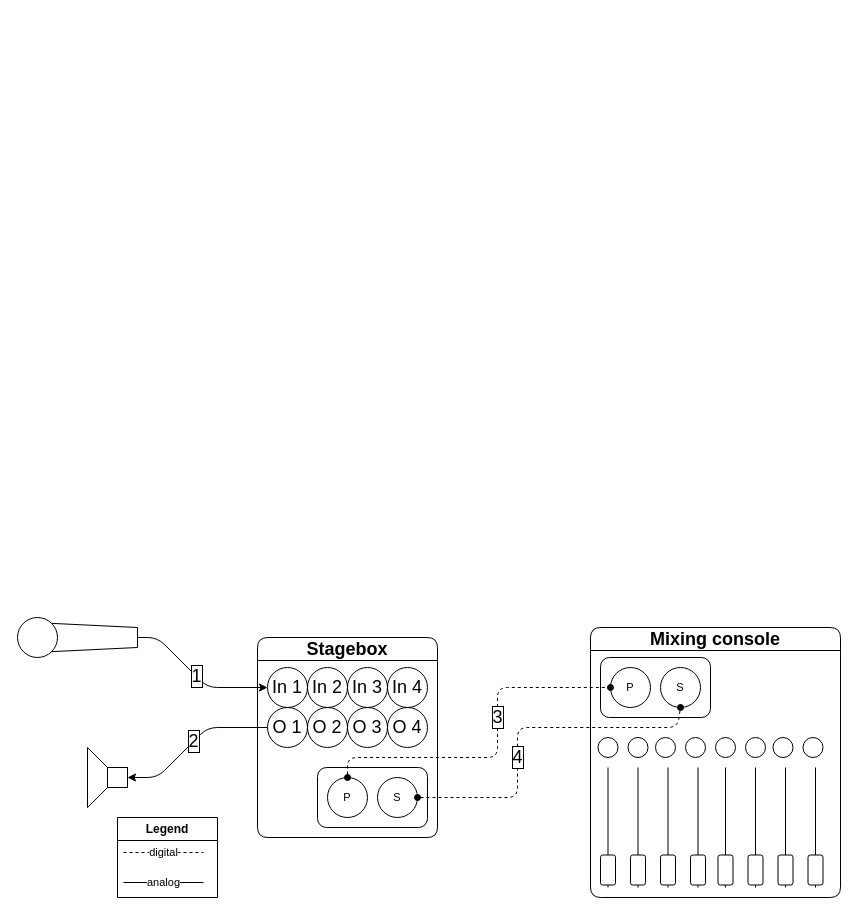
Above: static/images/audio-setup.drawio in avb-academy/avb_academy (draw.io), before the change. Source tidied: cells renumbered, new cells numbered last; positions are measured from the earlier drawing's top-left corner, leaving out a move shared by most shapes. Both pictures are drawn from the tidied source at 100%, with x=0, y=0 at pixel (17, 617).
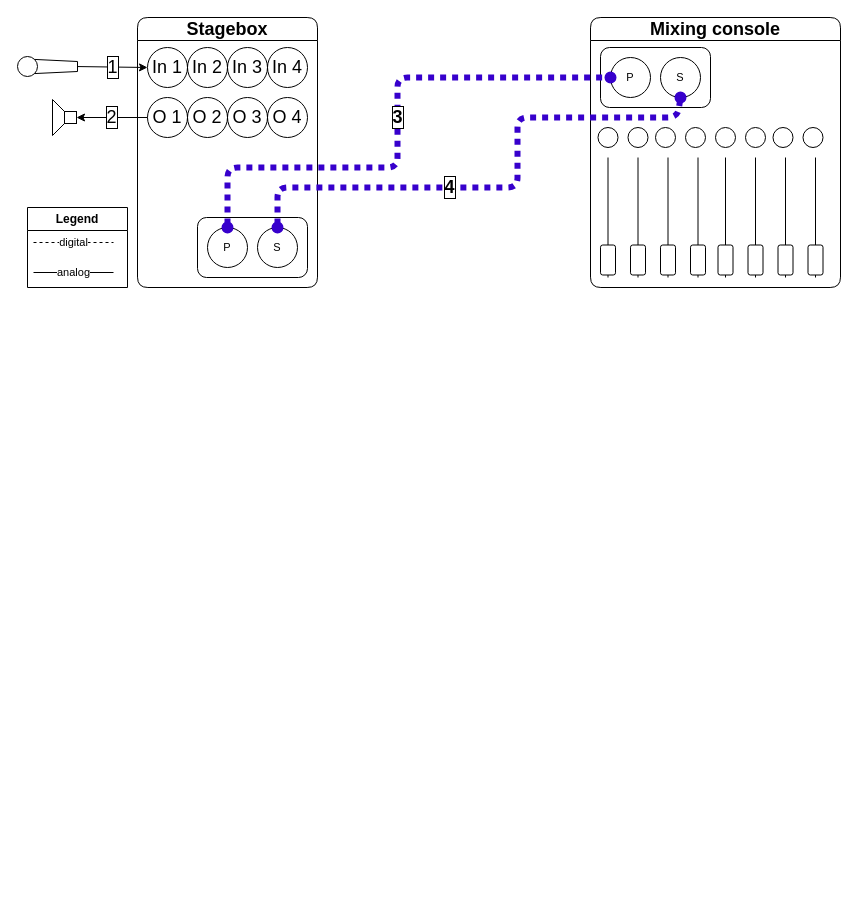
Above is the later version.

Commit message (it also covers changes not shown here):
Makes audio network more popular #35

The change refers to these unchanged cells:
```xml
<mxCell id="10" value="In 1" style="ellipse;whiteSpace=wrap;html=1;rounded=1;fontFamily=Helvetica;fontSize=18;fontColor=default;fillColor=none;" parent="9" vertex="1">
  <mxGeometry x="10" y="30" width="40" height="40" as="geometry" />
</mxCell>
<mxCell id="20" value="S" style="ellipse;whiteSpace=wrap;html=1;rounded=1;fontFamily=Helvetica;fontSize=11;fontColor=default;fillColor=none;" parent="18" vertex="1">
  <mxGeometry x="60" y="10" width="40" height="40" as="geometry" />
</mxCell>
<mxCell id="21" value="P" style="ellipse;whiteSpace=wrap;html=1;rounded=1;fontFamily=Helvetica;fontSize=11;fontColor=default;fillColor=none;" parent="18" vertex="1">
  <mxGeometry x="10" y="10" width="40" height="40" as="geometry" />
</mxCell>
<mxCell id="58" value="S" style="ellipse;whiteSpace=wrap;html=1;rounded=1;fontFamily=Helvetica;fontSize=11;fontColor=default;fillColor=none;" parent="56" vertex="1">
  <mxGeometry x="60" y="10" width="40" height="40" as="geometry" />
</mxCell>
<mxCell id="59" value="P" style="ellipse;whiteSpace=wrap;html=1;rounded=1;fontFamily=Helvetica;fontSize=11;fontColor=default;fillColor=none;" parent="56" vertex="1">
  <mxGeometry x="10" y="10" width="40" height="40" as="geometry" />
</mxCell>
```

The edit, as a diff of the source:
```diff
@@
     <mxCell id="2" style="group;" parent="1" vertex="1">
-      <mxGeometry width="120" height="40" as="geometry" />
+      <mxGeometry y="-561" width="60" height="20" as="geometry" />
     </mxCell>
     <mxCell id="3" style="ellipse;whiteSpace=wrap;html=1;rounded=1;fontFamily=Helvetica;fontSize=18;fontColor=default;fillColor=none;" parent="2" vertex="1">
-      <mxGeometry width="40" height="40" as="geometry" />
+      <mxGeometry width="20" height="20" as="geometry" />
     </mxCell>
     <mxCell id="4" style="endArrow=none;html=1;rounded=0;labelBackgroundColor=default;strokeColor=default;fontFamily=Helvetica;fontSize=18;fontColor=default;shape=connector;exitX=1;exitY=1;exitDx=0;exitDy=0;" parent="2" edge="1" source="3">
       <mxGeometry relative="1" as="geometry">
-        <mxPoint x="120" y="30" as="targetPoint" />
+        <mxPoint x="60" y="15" as="targetPoint" />
       </mxGeometry>
     </mxCell>
     <mxCell id="5" style="endArrow=none;html=1;rounded=0;labelBackgroundColor=default;strokeColor=default;fontFamily=Helvetica;fontSize=18;fontColor=default;shape=connector;exitX=1;exitY=0;exitDx=0;exitDy=0;" parent="2" edge="1" source="3">
       <mxGeometry relative="1" as="geometry">
-        <mxPoint x="120" y="10" as="targetPoint" />
+        <mxPoint x="60" y="5" as="targetPoint" />
       </mxGeometry>
     </mxCell>
     <mxCell id="6" style="endArrow=none;html=1;rounded=0;labelBackgroundColor=default;strokeColor=default;fontFamily=Helvetica;fontSize=18;fontColor=default;shape=connector;" parent="2" edge="1">
       <mxGeometry relative="1" as="geometry">
-        <mxPoint x="120" y="30" as="sourcePoint" />
-        <mxPoint x="120" y="10" as="targetPoint" />
+        <mxPoint x="60" y="15" as="sourcePoint" />
+        <mxPoint x="60" y="5" as="targetPoint" />
       </mxGeometry>
     </mxCell>
     <mxCell id="7" style="rounded=0;whiteSpace=wrap;html=1;fontFamily=Helvetica;fontSize=18;fontColor=default;fillColor=none;strokeColor=none;" parent="2" vertex="1">
-      <mxGeometry x="115" y="17.5" width="5" height="5" as="geometry" />
+      <mxGeometry x="57.5" y="8.8" width="2.5" height="2.5" as="geometry" />
     </mxCell>
     <mxCell id="8" value="1" style="edgeStyle=none;shape=connector;rounded=1;html=1;exitX=1;exitY=0.5;exitDx=0;exitDy=0;entryX=0;entryY=0.5;entryDx=0;entryDy=0;labelBackgroundColor=default;strokeColor=default;fontFamily=Helvetica;fontSize=18;fontColor=default;endArrow=classic;labelBorderColor=default;" parent="1" edge="1" source="7" target="10">
-      <mxGeometry relative="1" as="geometry">
-        <Array as="points">
-          <mxPoint x="140" y="20" />
-          <mxPoint x="190" y="70" />
-        </Array>
-      </mxGeometry>
+      <mxGeometry relative="1" as="geometry" />
     </mxCell>
     <mxCell id="9" value="Stagebox" style="swimlane;whiteSpace=wrap;html=1;rounded=1;fontFamily=Helvetica;fontSize=18;fontColor=default;fillColor=none;" parent="1" vertex="1">
-      <mxGeometry x="240" y="20" width="180" height="200" as="geometry" />
+      <mxGeometry x="120" y="-600" width="180" height="270" as="geometry" />
     </mxCell>
@@
     <mxCell id="14" value="O 1" style="ellipse;whiteSpace=wrap;html=1;rounded=1;fontFamily=Helvetica;fontSize=18;fontColor=default;fillColor=none;" parent="9" vertex="1">
-      <mxGeometry x="10" y="70" width="40" height="40" as="geometry" />
+      <mxGeometry x="10" y="80" width="40" height="40" as="geometry" />
     </mxCell>
     <mxCell id="15" value="O 2" style="ellipse;whiteSpace=wrap;html=1;rounded=1;fontFamily=Helvetica;fontSize=18;fontColor=default;fillColor=none;" parent="9" vertex="1">
-      <mxGeometry x="50" y="70" width="40" height="40" as="geometry" />
+      <mxGeometry x="50" y="80" width="40" height="40" as="geometry" />
     </mxCell>
     <mxCell id="16" value="O 3" style="ellipse;whiteSpace=wrap;html=1;rounded=1;fontFamily=Helvetica;fontSize=18;fontColor=default;fillColor=none;" parent="9" vertex="1">
-      <mxGeometry x="90" y="70" width="40" height="40" as="geometry" />
+      <mxGeometry x="90" y="80" width="40" height="40" as="geometry" />
     </mxCell>
     <mxCell id="17" value="O 4" style="ellipse;whiteSpace=wrap;html=1;rounded=1;fontFamily=Helvetica;fontSize=18;fontColor=default;fillColor=none;" parent="9" vertex="1">
-      <mxGeometry x="130" y="70" width="40" height="40" as="geometry" />
+      <mxGeometry x="130" y="80" width="40" height="40" as="geometry" />
     </mxCell>
     <mxCell id="18" style="group;" parent="9" vertex="1">
-      <mxGeometry x="60" y="130" width="110" height="60" as="geometry" />
+      <mxGeometry x="60" y="200" width="110" height="60" as="geometry" />
     </mxCell>
@@
     <mxCell id="22" value="Mixing console" style="swimlane;whiteSpace=wrap;html=1;rounded=1;fontFamily=Helvetica;fontSize=18;fontColor=default;fillColor=none;" parent="1" vertex="1">
-      <mxGeometry x="573" y="10" width="250" height="270" as="geometry" />
+      <mxGeometry x="573" y="-600" width="250" height="270" as="geometry" />
     </mxCell>
@@
     <mxCell id="60" style="group;" parent="1" vertex="1">
-      <mxGeometry x="70" y="130" width="40" height="60" as="geometry" />
+      <mxGeometry x="35" y="-518" width="20" height="40" as="geometry" />
     </mxCell>
     <mxCell id="61" style="rounded=0;whiteSpace=wrap;html=1;fontFamily=Helvetica;fontSize=18;fontColor=default;fillColor=none;" parent="60" vertex="1">
-      <mxGeometry x="20" y="20" width="20" height="20" as="geometry" />
+      <mxGeometry x="12" y="12" width="12" height="12" as="geometry" />
     </mxCell>
     <mxCell id="62" style="endArrow=none;html=1;rounded=0;labelBackgroundColor=default;strokeColor=default;fontFamily=Helvetica;fontSize=18;fontColor=default;shape=connector;" parent="60" edge="1">
       <mxGeometry relative="1" as="geometry">
-        <mxPoint y="60" as="sourcePoint" />
-        <mxPoint x="20" y="40" as="targetPoint" />
+        <mxPoint y="36" as="sourcePoint" />
+        <mxPoint x="12" y="24" as="targetPoint" />
       </mxGeometry>
     </mxCell>
@@
     <mxCell id="64" style="endArrow=none;html=1;rounded=0;labelBackgroundColor=default;strokeColor=default;fontFamily=Helvetica;fontSize=18;fontColor=default;shape=connector;" parent="60" edge="1">
       <mxGeometry relative="1" as="geometry">
-        <mxPoint y="60" as="sourcePoint" />
+        <mxPoint y="36" as="sourcePoint" />
         <mxPoint as="targetPoint" />
       </mxGeometry>
     </mxCell>
-    <mxCell id="65" value="2" style="edgeStyle=none;shape=connector;rounded=1;exitX=0;exitY=0.5;exitDx=0;exitDy=0;entryX=1;entryY=0.5;entryDx=0;entryDy=0;labelBackgroundColor=default;strokeColor=default;fontFamily=Helvetica;fontSize=18;fontColor=default;startArrow=none;startFill=0;endArrow=classic;labelBorderColor=default;html=1;" parent="1" edge="1" source="14" target="61">
-      <mxGeometry relative="1" as="geometry">
-        <Array as="points">
-          <mxPoint x="190" y="110" />
-          <mxPoint x="140" y="160" />
-        </Array>
-      </mxGeometry>
+    <mxCell id="65" value="2" style="edgeStyle=none;shape=connector;rounded=1;exitX=0;exitY=0.5;exitDx=0;exitDy=0;labelBackgroundColor=default;strokeColor=default;fontFamily=Helvetica;fontSize=18;fontColor=default;startArrow=none;startFill=0;endArrow=classic;labelBorderColor=default;html=1;entryX=1;entryY=0.5;entryDx=0;entryDy=0;" parent="1" edge="1" source="14" target="61">
+      <mxGeometry relative="1" as="geometry" />
     </mxCell>
-    <mxCell id="66" value="3" style="edgeStyle=none;shape=connector;rounded=1;html=1;exitX=0.5;exitY=0;exitDx=0;exitDy=0;entryX=0;entryY=0.5;entryDx=0;entryDy=0;labelBackgroundColor=default;labelBorderColor=default;strokeColor=default;fontFamily=Helvetica;fontSize=18;fontColor=default;startArrow=oval;startFill=1;endArrow=oval;endFill=1;dashed=1;" parent="1" edge="1" source="21" target="59">
-      <mxGeometry x="0.19" relative="1" as="geometry">
+    <mxCell id="66" value="3" style="edgeStyle=none;shape=connector;rounded=1;html=1;exitX=0.5;exitY=0;exitDx=0;exitDy=0;entryX=0;entryY=0.5;entryDx=0;entryDy=0;labelBackgroundColor=default;labelBorderColor=default;strokeColor=#3700CC;fontFamily=Helvetica;fontSize=18;fontColor=default;startArrow=oval;startFill=1;endArrow=oval;endFill=1;dashed=1;fontStyle=1;strokeWidth=6;dashPattern=1 1;fillColor=#6a00ff;" parent="1" edge="1" source="21" target="59">
+      <mxGeometry x="0.05" relative="1" as="geometry">
         <Array as="points">
-          <mxPoint x="330" y="140" />
-          <mxPoint x="480" y="140" />
-          <mxPoint x="480" y="70" />
+          <mxPoint x="210" y="-450" />
+          <mxPoint x="380" y="-450" />
+          <mxPoint x="380" y="-540" />
         </Array>
       </mxGeometry>
     </mxCell>
-    <mxCell id="67" value="4" style="edgeStyle=none;shape=connector;rounded=1;html=1;exitX=1;exitY=0.5;exitDx=0;exitDy=0;entryX=0.5;entryY=1;entryDx=0;entryDy=0;labelBackgroundColor=default;labelBorderColor=default;strokeColor=default;fontFamily=Helvetica;fontSize=18;fontColor=default;startArrow=oval;startFill=1;endArrow=oval;endFill=1;dashed=1;" parent="1" edge="1" source="20" target="58">
+    <mxCell id="67" value="4" style="edgeStyle=none;shape=connector;rounded=1;html=1;exitX=0.5;exitY=0;exitDx=0;exitDy=0;entryX=0.5;entryY=1;entryDx=0;entryDy=0;labelBackgroundColor=default;labelBorderColor=default;strokeColor=#3700CC;fontFamily=Helvetica;fontSize=18;fontColor=default;startArrow=oval;startFill=1;endArrow=oval;endFill=1;dashed=1;fontStyle=1;strokeWidth=6;dashPattern=1 1;fillColor=#6a00ff;" parent="1" edge="1" source="20" target="58">
       <mxGeometry x="-0.2" relative="1" as="geometry">
         <Array as="points">
-          <mxPoint x="500" y="180" />
-          <mxPoint x="500" y="110" />
-          <mxPoint x="660" y="110" />
+          <mxPoint x="260" y="-430" />
+          <mxPoint x="500" y="-430" />
+          <mxPoint x="500" y="-500" />
+          <mxPoint x="660" y="-500" />
         </Array>
       </mxGeometry>
     </mxCell>
     <mxCell id="68" value="Legend" style="swimlane;whiteSpace=wrap;html=1;" parent="1" vertex="1">
-      <mxGeometry x="100" y="200" width="100" height="80" as="geometry" />
+      <mxGeometry x="10" y="-410" width="100" height="80" as="geometry" />
     </mxCell>
```
